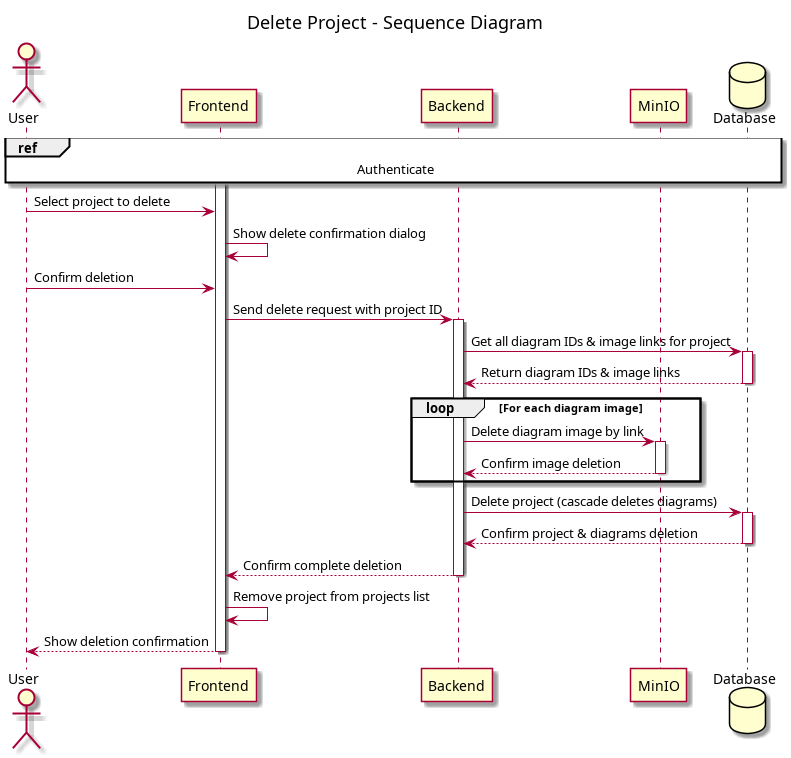
Earlier version of the PlantUML export conception/SprintIII/sequence_diagrams/sequence_projectManagement_3_4_DeleteProject.png (souhaib-askri/report_pfe). Its source is kept beside it as conception/SprintIII/sequence_diagrams/sequence_projectManagement_3_4_DeleteProject.puml. Its diagram source:
```plantuml
@startuml
title Delete Project - Sequence Diagram

actor User
participant Frontend
participant Backend
participant MinIO
database Database

ref over User, Database: Authenticate

activate Frontend

User -> Frontend: Select project to delete
Frontend -> Frontend: Show delete confirmation dialog

User -> Frontend: Confirm deletion
Frontend -> Backend: Send delete request with project ID
activate Backend

Backend -> Database: Get all diagram IDs & image links for project
activate Database
Database --> Backend: Return diagram IDs & image links
deactivate Database

loop For each diagram image
    Backend -> MinIO: Delete diagram image by link
    activate MinIO
    MinIO --> Backend: Confirm image deletion
    deactivate MinIO
end

Backend -> Database: Delete project (cascade deletes diagrams)
activate Database
Database --> Backend: Confirm project & diagrams deletion
deactivate Database

Backend --> Frontend: Confirm complete deletion
deactivate Backend

Frontend -> Frontend: Remove project from projects list
Frontend --> User: Show deletion confirmation
deactivate Frontend

@enduml
```
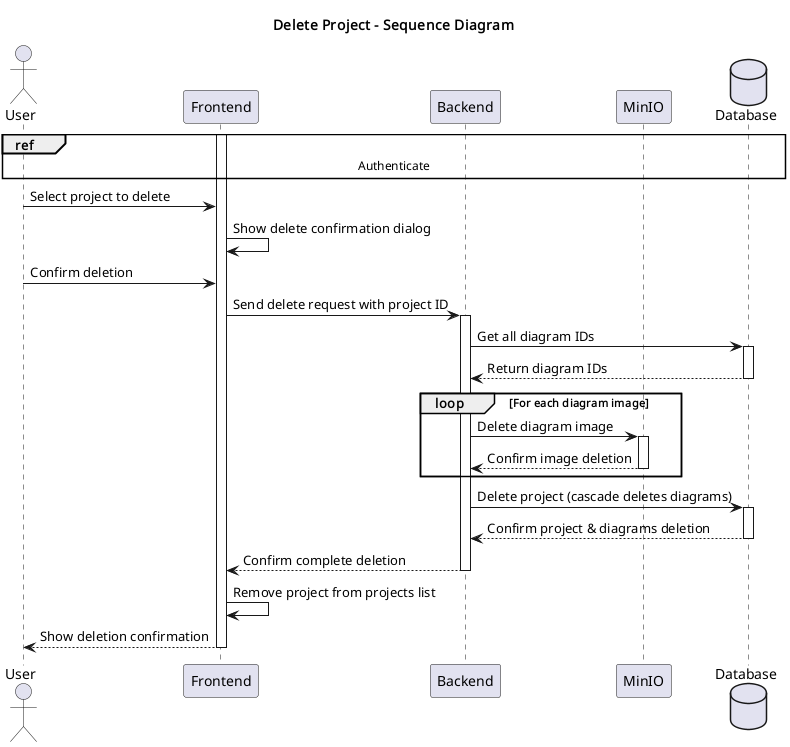
Later version of the same file.

Diff of the diagram source:
```diff
@@ -18,13 +18,13 @@
 Frontend -> Backend: Send delete request with project ID
 activate Backend
 
-Backend -> Database: Get all diagram IDs & image links for project
+Backend -> Database: Get all diagram IDs
 activate Database
-Database --> Backend: Return diagram IDs & image links
+Database --> Backend: Return diagram IDs
 deactivate Database
 
 loop For each diagram image
-    Backend -> MinIO: Delete diagram image by link
+    Backend -> MinIO: Delete diagram image
     activate MinIO
     MinIO --> Backend: Confirm image deletion
     deactivate MinIO
```
